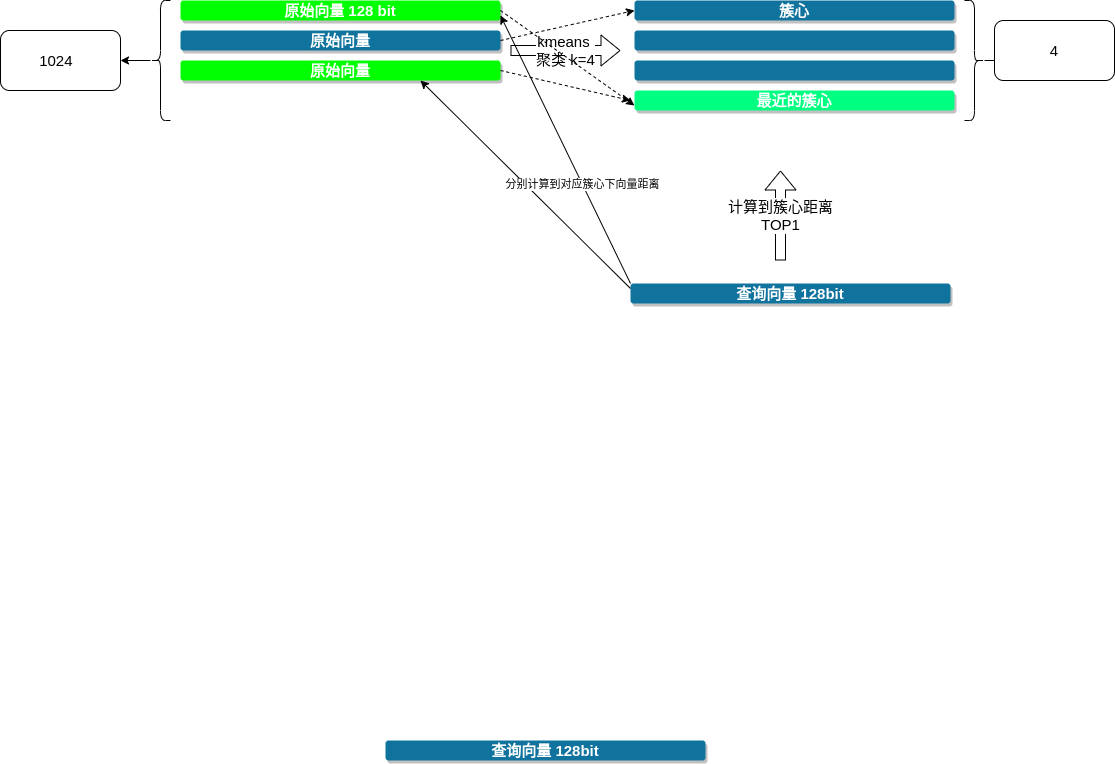
Above: ai/IVF-IVF.png in neoguojing/docs (draw.io), before the change. Source tidied: cells renumbered, new cells last; positions are measured from the earlier drawing's top-left corner, leaving out a move shared by most shapes. Source of this version:
```xml
<mxGraphModel background="#ffffff">
  <root>
    <mxCell id="0" />
    <mxCell id="1" parent="0" />
    <mxCell id="2" value="原始向量 128 bit" style="whiteSpace=wrap;rounded=1;shadow=1;strokeColor=none;fontColor=#FFFFFF;fontStyle=1;fontSize=15;fillColor=#00FF00;" parent="1" vertex="1">
      <mxGeometry x="180" width="320" height="20" as="geometry" />
    </mxCell>
    <mxCell id="3" value="原始向量" style="whiteSpace=wrap;rounded=1;shadow=1;fillColor=#10739E;strokeColor=none;fontColor=#FFFFFF;fontStyle=1;fontSize=15;" parent="1" vertex="1">
      <mxGeometry x="180" y="30" width="320" height="20" as="geometry" />
    </mxCell>
    <mxCell id="4" value="原始向量" style="whiteSpace=wrap;rounded=1;shadow=1;strokeColor=none;fontColor=#FFFFFF;fontStyle=1;fontSize=15;fillColor=#00FF00;" parent="1" vertex="1">
      <mxGeometry x="180" y="60" width="320" height="20" as="geometry" />
    </mxCell>
    <mxCell id="5" value="kmeans &lt;br&gt;聚类 k=4" style="shape=flexArrow;endArrow=classic;html=1;fontSize=15;" parent="1" edge="1">
      <mxGeometry relative="1" as="geometry">
        <mxPoint x="510" y="50" as="sourcePoint" />
        <mxPoint x="620" y="50" as="targetPoint" />
      </mxGeometry>
    </mxCell>
    <mxCell id="6" style="edgeStyle=orthogonalEdgeStyle;rounded=0;jettySize=auto;html=1;fontSize=15;" parent="1" edge="1" source="7" target="8">
      <mxGeometry relative="1" as="geometry" />
    </mxCell>
    <mxCell id="7" style="shape=curlyBracket;whiteSpace=wrap;html=1;rounded=1;fontSize=15;" parent="1" vertex="1">
      <mxGeometry x="150" width="20" height="120" as="geometry" />
    </mxCell>
    <mxCell id="8" value="1024&amp;nbsp;&amp;nbsp;" style="whiteSpace=wrap;html=1;rounded=1;fontSize=15;" parent="1" vertex="1">
      <mxGeometry y="30" width="120" height="60" as="geometry" />
    </mxCell>
    <mxCell id="9" value="簇心" style="whiteSpace=wrap;rounded=1;shadow=1;fillColor=#10739E;strokeColor=none;fontColor=#FFFFFF;fontStyle=1;fontSize=15;" parent="1" vertex="1">
      <mxGeometry x="634" width="320" height="20" as="geometry" />
    </mxCell>
    <mxCell id="10" style="whiteSpace=wrap;rounded=1;shadow=1;fillColor=#10739E;strokeColor=none;fontColor=#FFFFFF;fontStyle=1;fontSize=15;" parent="1" vertex="1">
      <mxGeometry x="634" y="30" width="320" height="20" as="geometry" />
    </mxCell>
    <mxCell id="11" style="whiteSpace=wrap;rounded=1;shadow=1;fillColor=#10739E;strokeColor=none;fontColor=#FFFFFF;fontStyle=1;fontSize=15;" parent="1" vertex="1">
      <mxGeometry x="634" y="60" width="320" height="20" as="geometry" />
    </mxCell>
    <mxCell id="12" value="最近的簇心" style="whiteSpace=wrap;rounded=1;shadow=1;strokeColor=none;fontColor=#FFFFFF;fontStyle=1;fontSize=15;fillColor=#00FF80;" parent="1" vertex="1">
      <mxGeometry x="634" y="90" width="320" height="20" as="geometry" />
    </mxCell>
    <mxCell id="13" style="edgeStyle=orthogonalEdgeStyle;rounded=0;jettySize=auto;html=1;" parent="1" edge="1" source="14" target="15">
      <mxGeometry relative="1" as="geometry" />
    </mxCell>
    <mxCell id="14" style="shape=curlyBracket;whiteSpace=wrap;html=1;rounded=1;fontSize=15;rotation=-180;" parent="1" vertex="1">
      <mxGeometry x="964" width="20" height="120" as="geometry" />
    </mxCell>
    <mxCell id="15" value="4" style="whiteSpace=wrap;html=1;rounded=1;fontSize=15;" parent="1" vertex="1">
      <mxGeometry x="994" y="20" width="120" height="60" as="geometry" />
    </mxCell>
    <mxCell id="16" value="查询向量 128bit" style="whiteSpace=wrap;rounded=1;shadow=1;fillColor=#10739E;strokeColor=none;fontColor=#FFFFFF;fontStyle=1;fontSize=15;" parent="1" vertex="1">
      <mxGeometry x="385" y="740" width="320" height="20" as="geometry" />
    </mxCell>
    <mxCell id="17" style="endArrow=classic;html=1;dashed=1;entryX=0;entryY=0.75;entryDx=0;entryDy=0;exitX=1;exitY=0.5;exitDx=0;exitDy=0;" parent="1" edge="1" source="2" target="12">
      <mxGeometry relative="1" as="geometry" />
    </mxCell>
    <mxCell id="18" style="endArrow=classic;html=1;dashed=1;entryX=0;entryY=0.5;entryDx=0;entryDy=0;exitX=1;exitY=0.5;exitDx=0;exitDy=0;" parent="1" edge="1" source="3" target="9">
      <mxGeometry relative="1" as="geometry" />
    </mxCell>
    <mxCell id="19" style="endArrow=classic;html=1;dashed=1;exitX=1;exitY=0.5;exitDx=0;exitDy=0;" parent="1" edge="1" source="4">
      <mxGeometry relative="1" as="geometry">
        <mxPoint x="630" y="100" as="targetPoint" />
      </mxGeometry>
    </mxCell>
    <mxCell id="20" value="查询向量 128bit" style="whiteSpace=wrap;rounded=1;shadow=1;fillColor=#10739E;strokeColor=none;fontColor=#FFFFFF;fontStyle=1;fontSize=15;" parent="1" vertex="1">
      <mxGeometry x="630" y="283" width="320" height="20" as="geometry" />
    </mxCell>
    <mxCell id="21" value="计算到簇心距离&lt;br&gt;TOP1" style="shape=flexArrow;endArrow=classic;html=1;fontSize=15;" parent="1" edge="1">
      <mxGeometry relative="1" as="geometry">
        <mxPoint x="780" y="260" as="sourcePoint" />
        <mxPoint x="780" y="170" as="targetPoint" />
      </mxGeometry>
    </mxCell>
    <mxCell id="22" style="endArrow=classic;html=1;entryX=0.75;entryY=1;entryDx=0;entryDy=0;exitX=0;exitY=0.25;exitDx=0;exitDy=0;" parent="1" edge="1" source="20" target="4">
      <mxGeometry relative="1" as="geometry" />
    </mxCell>
    <mxCell id="23" style="endArrow=classic;html=1;entryX=1;entryY=0.75;entryDx=0;entryDy=0;exitX=0;exitY=0;exitDx=0;exitDy=0;" parent="1" edge="1" source="20" target="2">
      <mxGeometry relative="1" as="geometry" />
    </mxCell>
    <mxCell id="24" value="分别计算到对应簇心下向量距离" style="edgeLabel;html=1;align=center;verticalAlign=middle;" parent="23" vertex="1">
      <mxGeometry x="-0.26" relative="1" as="geometry" />
    </mxCell>
  </root>
</mxGraphModel>
```
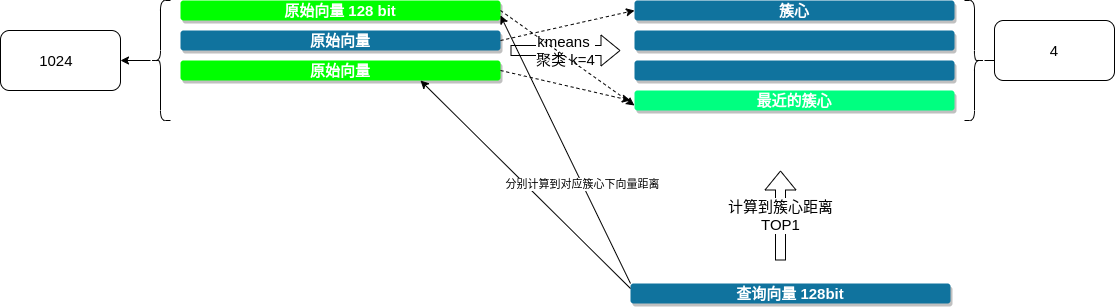
Later version of the same file.

Diff of the diagram source:
```diff
@@ -47,9 +47,6 @@
     <mxCell id="15" value="4" style="whiteSpace=wrap;html=1;rounded=1;fontSize=15;" parent="1" vertex="1">
       <mxGeometry x="994" y="20" width="120" height="60" as="geometry" />
     </mxCell>
-    <mxCell id="16" value="查询向量 128bit" style="whiteSpace=wrap;rounded=1;shadow=1;fillColor=#10739E;strokeColor=none;fontColor=#FFFFFF;fontStyle=1;fontSize=15;" parent="1" vertex="1">
-      <mxGeometry x="385" y="740" width="320" height="20" as="geometry" />
-    </mxCell>
     <mxCell id="17" style="endArrow=classic;html=1;dashed=1;entryX=0;entryY=0.75;entryDx=0;entryDy=0;exitX=1;exitY=0.5;exitDx=0;exitDy=0;" parent="1" edge="1" source="2" target="12">
       <mxGeometry relative="1" as="geometry" />
     </mxCell>
```
